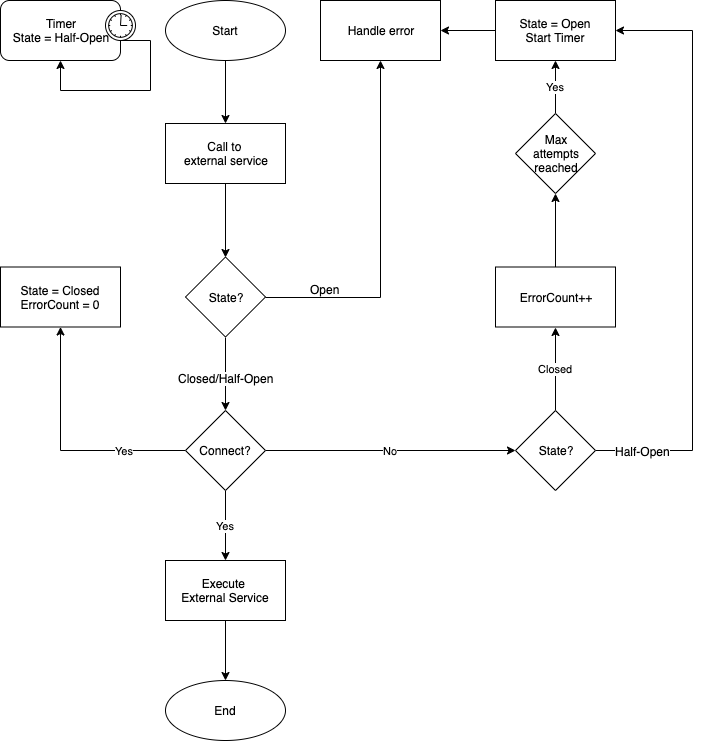
Above: circuit_breaker_flow.png in ldavidgomez/circuit-breaker-pattern (draw.io), before the change. Source tidied: cells renumbered, new cells last; positions are measured from the earlier drawing's top-left corner, leaving out a move shared by most shapes.
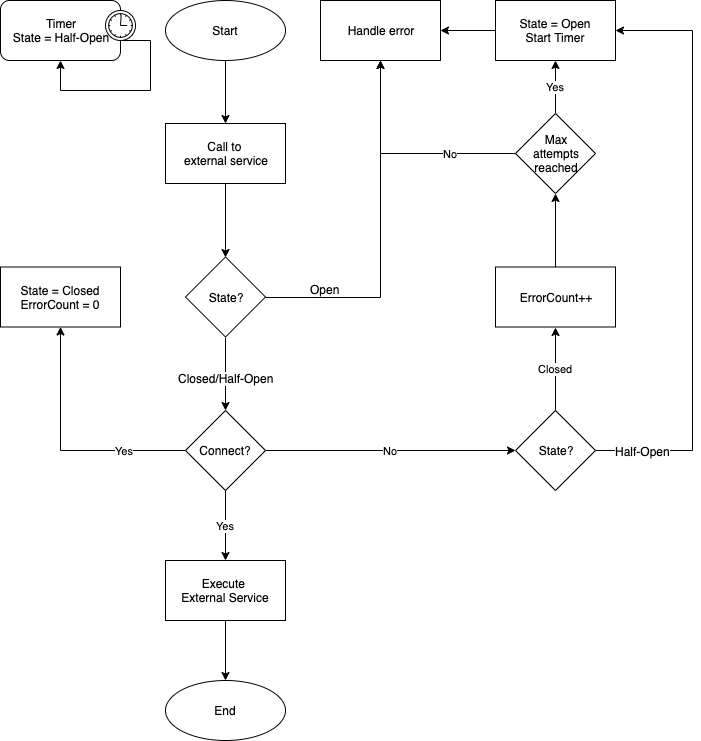
After the change.

Commit message:
Change circuit breaker flow image

Diff of the diagram source:
```diff
@@ -83,6 +83,9 @@
     <mxCell id="25" value="Yes" style="edgeStyle=orthogonalEdgeStyle;rounded=0;jettySize=auto;html=1;exitX=0.5;exitY=0;exitDx=0;exitDy=0;entryX=0.5;entryY=1;entryDx=0;entryDy=0;" parent="1" edge="1" source="26" target="28">
       <mxGeometry relative="1" as="geometry" />
     </mxCell>
+    <mxCell id="33" value="No" style="edgeStyle=orthogonalEdgeStyle;rounded=0;jettySize=auto;html=1;exitX=0;exitY=0.5;exitDx=0;exitDy=0;entryX=0.5;entryY=1;entryDx=0;entryDy=0;" parent="1" edge="1" source="26" target="18">
+      <mxGeometry x="-0.43" relative="1" as="geometry" />
+    </mxCell>
     <mxCell id="26" value="Max&lt;br&gt;attempts&lt;br&gt;reached" style="rhombus;whiteSpace=wrap;html=1;" parent="1" vertex="1">
       <mxGeometry x="515" y="113" width="80" height="80" as="geometry" />
     </mxCell>
```
